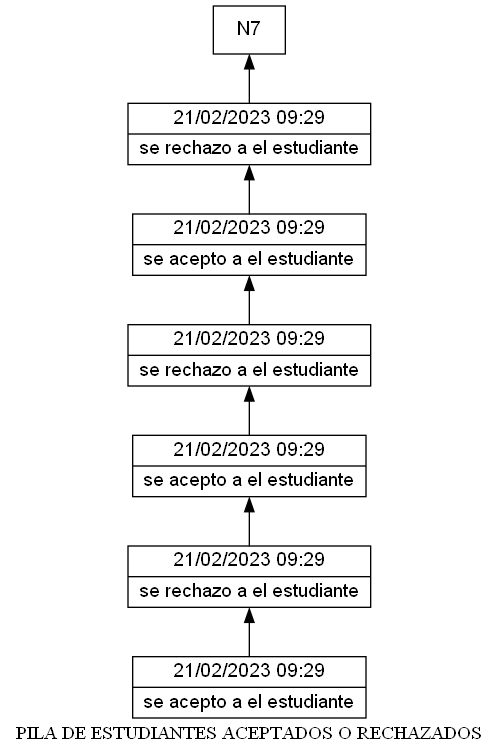
The Graphviz diagram EDD_Proyecto1_Fase1/pila.png in Nahomi-Aparicio/EDD_1S2023_PY_202113293_F1, before a commit. Its source is kept beside it as EDD_Proyecto1_Fase1/pila.dot.
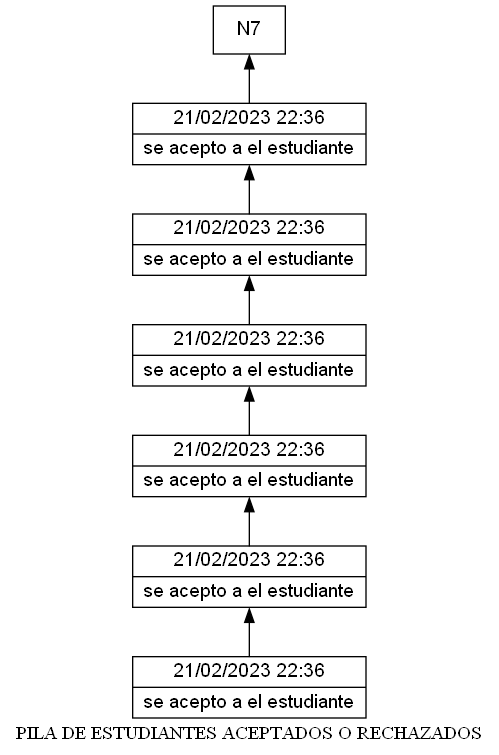
Above is the later version.

What changed in the source:
```diff
@@ -3,16 +3,16 @@
 node [shape=box];
 node [shape=record fontname=Arial]
 label = "PILA DE ESTUDIANTES ACEPTADOS O RECHAZADOS";
-N6[label="{21/02/2023      09:29     |se rechazo a el estudiante}"];
+N6[label="{21/02/2023      22:36     |se acepto a el estudiante}"];
 N1->N2;
-N5[label="{21/02/2023      09:29     |se acepto a el estudiante}"];
+N5[label="{21/02/2023      22:36     |se acepto a el estudiante}"];
 N2->N3;
-N4[label="{21/02/2023      09:29     |se rechazo a el estudiante}"];
+N4[label="{21/02/2023      22:36     |se acepto a el estudiante}"];
 N3->N4;
-N3[label="{21/02/2023      09:29     |se acepto a el estudiante}"];
+N3[label="{21/02/2023      22:36     |se acepto a el estudiante}"];
 N4->N5;
-N2[label="{21/02/2023      09:29     |se rechazo a el estudiante}"];
+N2[label="{21/02/2023      22:36     |se acepto a el estudiante}"];
 N5->N6;
-N1[label="{21/02/2023      09:29     |se acepto a el estudiante}"];
+N1[label="{21/02/2023      22:36     |se acepto a el estudiante}"];
 N6->N7;
 }
```
